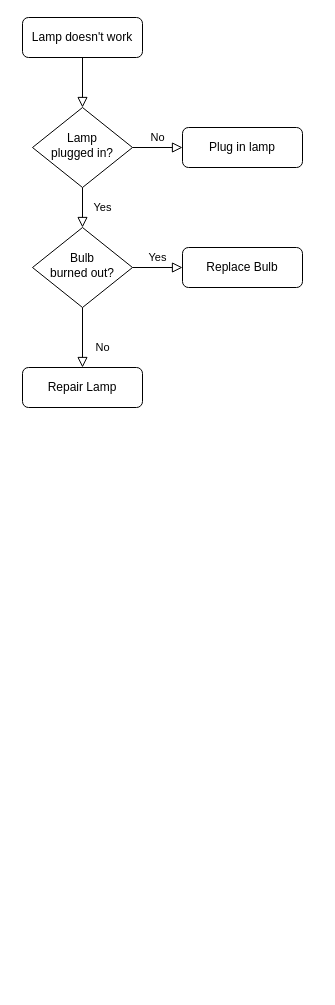
Before: Untitled Diagram.drawio in BassantM/Ipv4, a draw.io diagram. Source tidied: cells renumbered, new cells numbered last; positions are measured from the earlier drawing's top-left corner, leaving out a move shared by most shapes. Both pictures are drawn from the tidied source at 100%, with x=0, y=0 at pixel (22, 17).
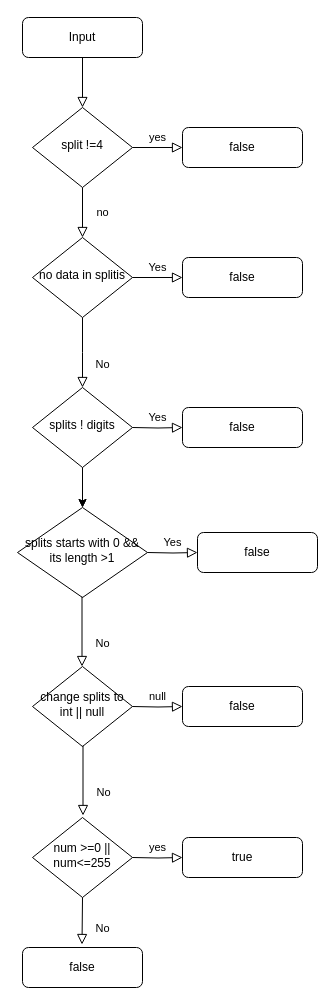
After the change.

Diff of the diagram source:
```diff
@@
-    <mxCell id="3" value="Lamp doesn't work" style="rounded=1;whiteSpace=wrap;html=1;fontSize=12;glass=0;strokeWidth=1;shadow=0;" parent="1" vertex="1">
+    <mxCell id="3" value="Input" style="rounded=1;whiteSpace=wrap;html=1;fontSize=12;glass=0;strokeWidth=1;shadow=0;" parent="1" vertex="1">
       <mxGeometry width="120" height="40" as="geometry" />
     </mxCell>
-    <mxCell id="4" value="Yes" style="rounded=0;html=1;jettySize=auto;fontSize=11;endArrow=block;endFill=0;endSize=8;strokeWidth=1;shadow=0;labelBackgroundColor=none;edgeStyle=orthogonalEdgeStyle;" parent="1" edge="1" source="6" target="10">
+    <mxCell id="4" value="no" style="rounded=0;html=1;jettySize=auto;fontSize=11;endArrow=block;endFill=0;endSize=8;strokeWidth=1;shadow=0;labelBackgroundColor=none;edgeStyle=orthogonalEdgeStyle;" parent="1" edge="1" source="6" target="10">
       <mxGeometry y="20" relative="1" as="geometry" />
     </mxCell>
-    <mxCell id="5" value="No" style="edgeStyle=orthogonalEdgeStyle;rounded=0;html=1;jettySize=auto;fontSize=11;endArrow=block;endFill=0;endSize=8;strokeWidth=1;shadow=0;labelBackgroundColor=none;" parent="1" edge="1" source="6" target="7">
+    <mxCell id="5" value="yes" style="edgeStyle=orthogonalEdgeStyle;rounded=0;html=1;jettySize=auto;fontSize=11;endArrow=block;endFill=0;endSize=8;strokeWidth=1;shadow=0;labelBackgroundColor=none;" parent="1" edge="1" source="6" target="7">
       <mxGeometry y="10" relative="1" as="geometry" />
     </mxCell>
-    <mxCell id="6" value="Lamp&lt;br&gt;plugged in?" style="rhombus;whiteSpace=wrap;html=1;shadow=0;fontFamily=Helvetica;fontSize=12;align=center;strokeWidth=1;spacing=6;spacingTop=-4;" parent="1" vertex="1">
+    <mxCell id="6" value="split !=4" style="rhombus;whiteSpace=wrap;html=1;shadow=0;fontFamily=Helvetica;fontSize=12;align=center;strokeWidth=1;spacing=6;spacingTop=-4;" parent="1" vertex="1">
       <mxGeometry x="10" y="90" width="100" height="80" as="geometry" />
     </mxCell>
-    <mxCell id="7" value="Plug in lamp" style="rounded=1;whiteSpace=wrap;html=1;fontSize=12;glass=0;strokeWidth=1;shadow=0;" parent="1" vertex="1">
+    <mxCell id="7" value="false" style="rounded=1;whiteSpace=wrap;html=1;fontSize=12;glass=0;strokeWidth=1;shadow=0;" parent="1" vertex="1">
       <mxGeometry x="160" y="110" width="120" height="40" as="geometry" />
     </mxCell>
-    <mxCell id="8" value="No" style="rounded=0;html=1;jettySize=auto;fontSize=11;endArrow=block;endFill=0;endSize=8;strokeWidth=1;shadow=0;labelBackgroundColor=none;edgeStyle=orthogonalEdgeStyle;" parent="1" edge="1" source="10" target="11">
-      <mxGeometry x="0.33" y="20" relative="1" as="geometry" />
+    <mxCell id="8" value="No" style="rounded=0;html=1;jettySize=auto;fontSize=11;endArrow=block;endFill=0;endSize=8;strokeWidth=1;shadow=0;labelBackgroundColor=none;edgeStyle=orthogonalEdgeStyle;" parent="1" edge="1" source="10">
+      <mxGeometry x="0.33" y="20" relative="1" as="geometry">
+        <mxPoint x="60" y="370" as="targetPoint" />
+      </mxGeometry>
     </mxCell>
@@
-    <mxCell id="10" value="Bulb&lt;br&gt;burned out?" style="rhombus;whiteSpace=wrap;html=1;shadow=0;fontFamily=Helvetica;fontSize=12;align=center;strokeWidth=1;spacing=6;spacingTop=-4;" parent="1" vertex="1">
-      <mxGeometry x="10" y="210" width="100" height="80" as="geometry" />
+    <mxCell id="10" value="no data in splitis" style="rhombus;whiteSpace=wrap;html=1;shadow=0;fontFamily=Helvetica;fontSize=12;align=center;strokeWidth=1;spacing=6;spacingTop=-4;" parent="1" vertex="1">
+      <mxGeometry x="10" y="220" width="100" height="80" as="geometry" />
     </mxCell>
-    <mxCell id="11" value="Repair Lamp" style="rounded=1;whiteSpace=wrap;html=1;fontSize=12;glass=0;strokeWidth=1;shadow=0;" parent="1" vertex="1">
-      <mxGeometry y="350" width="120" height="40" as="geometry" />
-    </mxCell>
-    <mxCell id="12" value="Replace Bulb" style="rounded=1;whiteSpace=wrap;html=1;fontSize=12;glass=0;strokeWidth=1;shadow=0;" parent="1" vertex="1">
-      <mxGeometry x="160" y="230" width="120" height="40" as="geometry" />
+    <mxCell id="12" value="false" style="rounded=1;whiteSpace=wrap;html=1;fontSize=12;glass=0;strokeWidth=1;shadow=0;" parent="1" vertex="1">
+      <mxGeometry x="160" y="240" width="120" height="40" as="geometry" />
     </mxCell>
+    <mxCell id="13" style="edgeStyle=orthogonalEdgeStyle;rounded=0;jettySize=auto;html=1;" parent="1" edge="1" source="15" target="18">
+      <mxGeometry relative="1" as="geometry" />
+    </mxCell>
+    <mxCell id="14" style="edgeStyle=orthogonalEdgeStyle;rounded=0;jettySize=auto;html=1;" parent="1" edge="1" source="15" target="18">
+      <mxGeometry relative="1" as="geometry" />
+    </mxCell>
+    <mxCell id="15" value="splits ! digits" style="rhombus;whiteSpace=wrap;html=1;shadow=0;fontFamily=Helvetica;fontSize=12;align=center;strokeWidth=1;spacing=6;spacingTop=-4;" parent="1" vertex="1">
+      <mxGeometry x="10" y="370" width="100" height="80" as="geometry" />
+    </mxCell>
+    <mxCell id="16" value="Yes" style="edgeStyle=orthogonalEdgeStyle;rounded=0;html=1;jettySize=auto;fontSize=11;endArrow=block;endFill=0;endSize=8;strokeWidth=1;shadow=0;labelBackgroundColor=none;" parent="1" edge="1" target="17">
+      <mxGeometry y="10" relative="1" as="geometry">
+        <mxPoint x="110" y="410" as="sourcePoint" />
+      </mxGeometry>
+    </mxCell>
+    <mxCell id="17" value="false" style="rounded=1;whiteSpace=wrap;html=1;fontSize=12;glass=0;strokeWidth=1;shadow=0;" parent="1" vertex="1">
+      <mxGeometry x="160" y="390" width="120" height="40" as="geometry" />
+    </mxCell>
+    <mxCell id="18" value="splits starts with 0 &amp;amp;&amp;amp; its length &amp;gt;1" style="rhombus;whiteSpace=wrap;html=1;shadow=0;fontFamily=Helvetica;fontSize=12;align=center;strokeWidth=1;spacing=6;spacingTop=-4;" parent="1" vertex="1">
+      <mxGeometry x="-5" y="490" width="130" height="90" as="geometry" />
+    </mxCell>
+    <mxCell id="19" value="Yes" style="edgeStyle=orthogonalEdgeStyle;rounded=0;html=1;jettySize=auto;fontSize=11;endArrow=block;endFill=0;endSize=8;strokeWidth=1;shadow=0;labelBackgroundColor=none;" parent="1" edge="1" target="20">
+      <mxGeometry y="10" relative="1" as="geometry">
+        <mxPoint x="125" y="535" as="sourcePoint" />
+      </mxGeometry>
+    </mxCell>
+    <mxCell id="20" value="false" style="rounded=1;whiteSpace=wrap;html=1;fontSize=12;glass=0;strokeWidth=1;shadow=0;" parent="1" vertex="1">
+      <mxGeometry x="175" y="515" width="120" height="40" as="geometry" />
+    </mxCell>
+    <mxCell id="21" style="edgeStyle=orthogonalEdgeStyle;rounded=0;orthogonalLoop=1;jettySize=auto;html=1;exitX=0.5;exitY=1;exitDx=0;exitDy=0;" parent="1" edge="1" source="18" target="18">
+      <mxGeometry relative="1" as="geometry" />
+    </mxCell>
+    <mxCell id="22" value="change splits to int || null" style="rhombus;whiteSpace=wrap;html=1;shadow=0;fontFamily=Helvetica;fontSize=12;align=center;strokeWidth=1;spacing=6;spacingTop=-4;" parent="1" vertex="1">
+      <mxGeometry x="10" y="649" width="100" height="80" as="geometry" />
+    </mxCell>
+    <mxCell id="23" value="No" style="rounded=0;html=1;jettySize=auto;orthogonalLoop=1;fontSize=11;endArrow=block;endFill=0;endSize=8;strokeWidth=1;shadow=0;labelBackgroundColor=none;edgeStyle=orthogonalEdgeStyle;" parent="1" edge="1">
+      <mxGeometry x="0.33" y="20" relative="1" as="geometry">
+        <mxPoint x="59.5" y="579" as="sourcePoint" />
+        <mxPoint x="59.5" y="649" as="targetPoint" />
+      </mxGeometry>
+    </mxCell>
+    <mxCell id="24" value="null" style="edgeStyle=orthogonalEdgeStyle;rounded=0;html=1;jettySize=auto;fontSize=11;endArrow=block;endFill=0;endSize=8;strokeWidth=1;shadow=0;labelBackgroundColor=none;" parent="1" edge="1" target="25">
+      <mxGeometry y="10" relative="1" as="geometry">
+        <mxPoint x="110" y="689" as="sourcePoint" />
+      </mxGeometry>
+    </mxCell>
+    <mxCell id="25" value="false" style="rounded=1;whiteSpace=wrap;html=1;fontSize=12;glass=0;strokeWidth=1;shadow=0;" parent="1" vertex="1">
+      <mxGeometry x="160" y="669" width="120" height="40" as="geometry" />
+    </mxCell>
+    <mxCell id="26" value="No" style="rounded=0;html=1;jettySize=auto;orthogonalLoop=1;fontSize=11;endArrow=block;endFill=0;endSize=8;strokeWidth=1;shadow=0;labelBackgroundColor=none;edgeStyle=orthogonalEdgeStyle;" parent="1" edge="1">
+      <mxGeometry x="0.33" y="20" relative="1" as="geometry">
+        <mxPoint x="60.5" y="728" as="sourcePoint" />
+        <mxPoint x="60.5" y="798" as="targetPoint" />
+      </mxGeometry>
+    </mxCell>
+    <mxCell id="27" value="num &amp;gt;=0 ||&lt;div&gt;num&amp;lt;=255&lt;/div&gt;" style="rhombus;whiteSpace=wrap;html=1;shadow=0;fontFamily=Helvetica;fontSize=12;align=center;strokeWidth=1;spacing=6;spacingTop=-4;" parent="1" vertex="1">
+      <mxGeometry x="10" y="800" width="100" height="80" as="geometry" />
+    </mxCell>
+    <mxCell id="28" value="yes" style="edgeStyle=orthogonalEdgeStyle;rounded=0;html=1;jettySize=auto;fontSize=11;endArrow=block;endFill=0;endSize=8;strokeWidth=1;shadow=0;labelBackgroundColor=none;" parent="1" edge="1" target="29">
+      <mxGeometry y="10" relative="1" as="geometry">
+        <mxPoint x="110" y="840" as="sourcePoint" />
+      </mxGeometry>
+    </mxCell>
+    <mxCell id="29" value="true" style="rounded=1;whiteSpace=wrap;html=1;fontSize=12;glass=0;strokeWidth=1;shadow=0;" parent="1" vertex="1">
+      <mxGeometry x="160" y="820" width="120" height="40" as="geometry" />
+    </mxCell>
+    <mxCell id="30" value="false" style="rounded=1;whiteSpace=wrap;html=1;fontSize=12;glass=0;strokeWidth=1;shadow=0;" parent="1" vertex="1">
+      <mxGeometry y="930" width="120" height="40" as="geometry" />
+    </mxCell>
+    <mxCell id="31" value="No" style="rounded=0;html=1;jettySize=auto;orthogonalLoop=1;fontSize=11;endArrow=block;endFill=0;endSize=8;strokeWidth=1;shadow=0;labelBackgroundColor=none;edgeStyle=orthogonalEdgeStyle;" parent="1" edge="1">
+      <mxGeometry x="0.33" y="20" relative="1" as="geometry">
+        <mxPoint x="60" y="880" as="sourcePoint" />
+        <mxPoint x="59.5" y="927" as="targetPoint" />
+        <Array as="points">
+          <mxPoint x="60" y="880" />
+          <mxPoint x="60" y="880" />
+        </Array>
+      </mxGeometry>
+    </mxCell>
```
